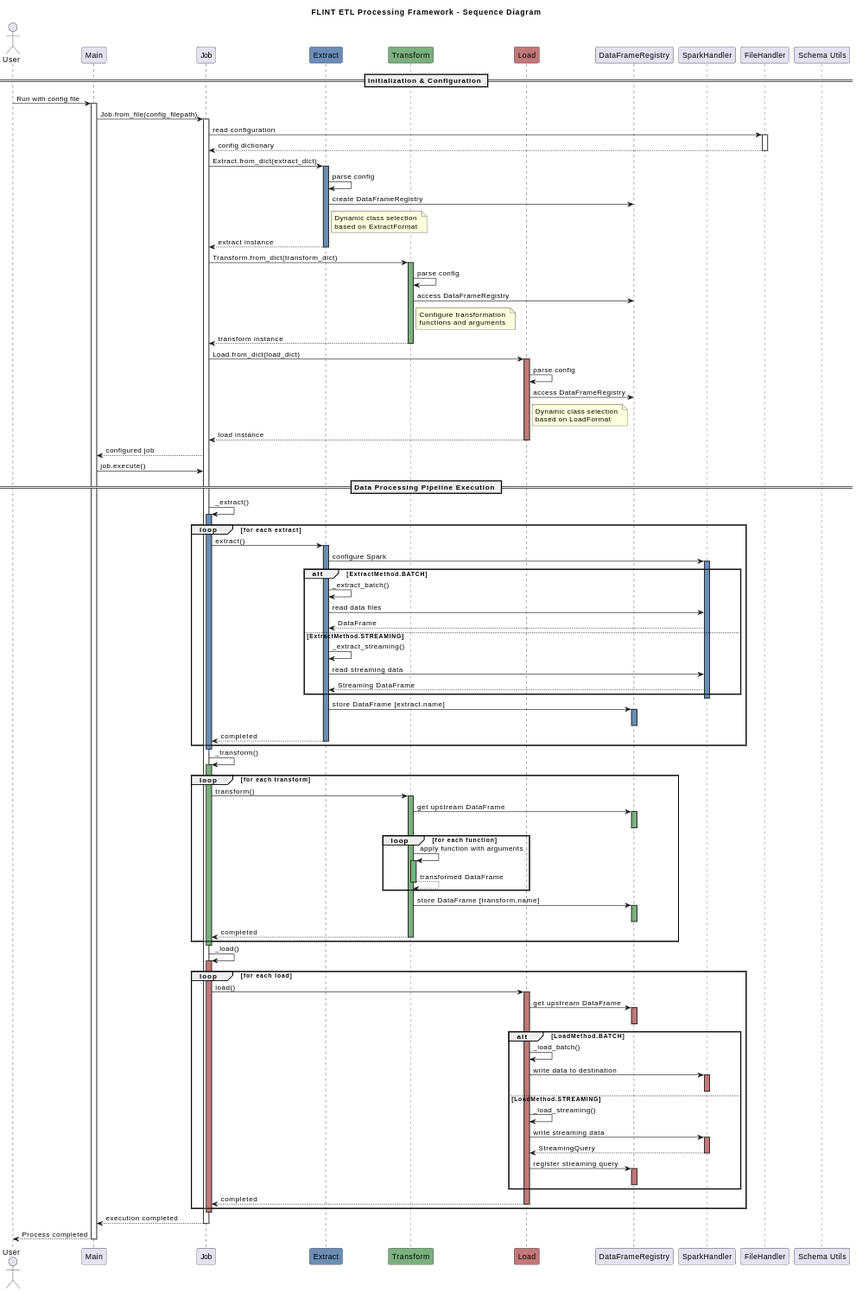
Before: docs/sequence_diagram.png, a diagram exported from PlantUML (KrijnvanderBurg/config-driven-ETL-framework). Its source is kept beside it as docs/sequence_diagram.plantuml. Source of this version:
```plantuml
@startuml sequence_diagram
title FLINT ETL Processing Framework - Sequence Diagram

!define EXTRACT_COLOR #6B8EB5
!define TRANSFORM_COLOR #7BB07E
!define LOAD_COLOR #C17878


actor User
participant "Main" as Main
participant "Job" as Job
participant "Extract" as Extract EXTRACT_COLOR
participant "Transform" as Transform TRANSFORM_COLOR
participant "Load" as Load LOAD_COLOR
participant "DataFrameRegistry" as Registry
participant "SparkHandler" as Spark
participant "FileHandler" as FileHandler
participant "Schema Utils" as SchemaUtils

== Initialization & Configuration ==
User -> Main: Run with config file
activate Main
Main -> Job: Job.from_file(config_filepath)
activate Job

Job -> FileHandler: read configuration
activate FileHandler
FileHandler --> Job: config dictionary
deactivate FileHandler

Job -> Extract: Extract.from_dict(extract_dict)
activate Extract EXTRACT_COLOR
Extract -> Extract: parse config
Extract -> Registry: create DataFrameRegistry
Note right of Extract: Dynamic class selection \nbased on ExtractFormat
Extract --> Job: extract instance
deactivate Extract

Job -> Transform: Transform.from_dict(transform_dict)
activate Transform TRANSFORM_COLOR
Transform -> Transform: parse config
Transform -> Registry: access DataFrameRegistry
Note right of Transform: Configure transformation \nfunctions and arguments
Transform --> Job: transform instance
deactivate Transform

Job -> Load: Load.from_dict(load_dict)
activate Load LOAD_COLOR
Load -> Load: parse config
Load -> Registry: access DataFrameRegistry
Note right of Load: Dynamic class selection \nbased on LoadFormat
Load --> Job: load instance
deactivate Load

Job --> Main: configured job
Main -> Job: job.execute()

== Data Processing Pipeline Execution ==
Job -> Job: _extract()
activate Job EXTRACT_COLOR

loop for each extract
    Job -> Extract: extract()
    activate Extract EXTRACT_COLOR
    Extract -> Spark: configure Spark
    activate Spark EXTRACT_COLOR

    alt ExtractMethod.BATCH
        Extract -> Extract: _extract_batch()
        Extract -> Spark: read data files
        Spark --> Extract: DataFrame
    else ExtractMethod.STREAMING
        Extract -> Extract: _extract_streaming()
        Extract -> Spark: read streaming data
        Spark --> Extract: Streaming DataFrame
    end

    deactivate Spark
    Extract -> Registry: store DataFrame [extract.name]
    activate Registry EXTRACT_COLOR
    deactivate Registry
    Extract --> Job: completed
    deactivate Extract
end
deactivate Job

Job -> Job: _transform()
activate Job TRANSFORM_COLOR

loop for each transform
    Job -> Transform: transform()
    activate Transform TRANSFORM_COLOR
    Transform -> Registry: get upstream DataFrame
    activate Registry TRANSFORM_COLOR
    deactivate Registry

    loop for each function
        Transform -> Transform: apply function with arguments
        activate Transform TRANSFORM_COLOR
        Transform --> Transform: transformed DataFrame
        deactivate Transform
    end

    Transform -> Registry: store DataFrame [transform.name]
    activate Registry TRANSFORM_COLOR
    deactivate Registry
    Transform --> Job: completed
    deactivate Transform
end
deactivate Job

Job -> Job: _load()
activate Job LOAD_COLOR

loop for each load
    Job -> Load: load()
    activate Load LOAD_COLOR
    Load -> Registry: get upstream DataFrame
    activate Registry LOAD_COLOR
    deactivate Registry

    alt LoadMethod.BATCH
        Load -> Load: _load_batch()
        Load -> Spark: write data to destination
        activate Spark LOAD_COLOR
        deactivate Spark
    else LoadMethod.STREAMING
        Load -> Load: _load_streaming()
        Load -> Spark: write streaming data
        activate Spark LOAD_COLOR
        Spark --> Load: StreamingQuery
        deactivate Spark
        Load -> Registry: register streaming query
        activate Registry LOAD_COLOR
        deactivate Registry
    end

    Load --> Job: completed
    deactivate Load
end

deactivate Job
Job --> Main: execution completed
deactivate Job

Main --> User: Process completed
deactivate Main

@enduml
```
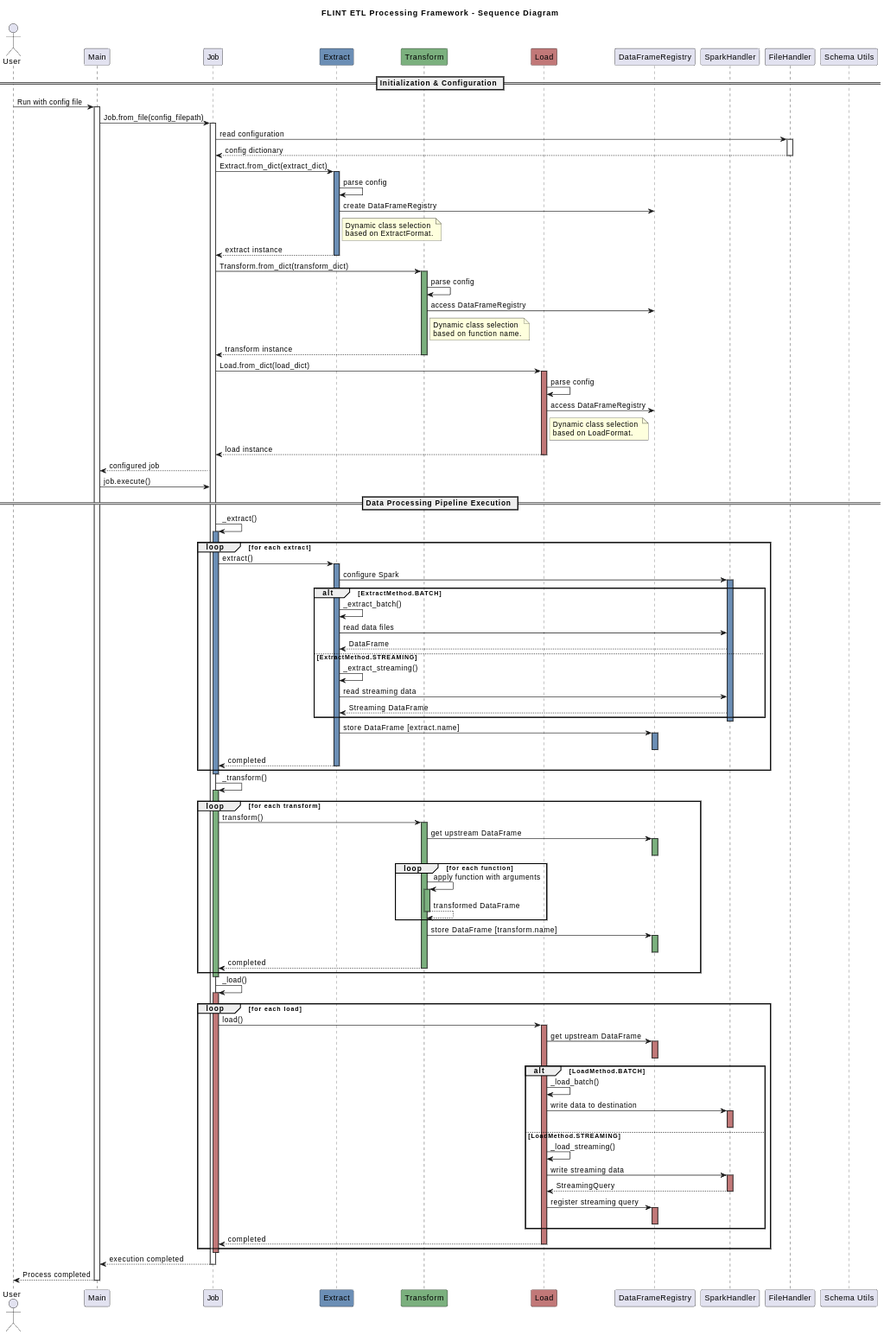
Above is the later version.

Change to the diagram source:
```diff
@@ -32,7 +32,7 @@
 activate Extract EXTRACT_COLOR
 Extract -> Extract: parse config
 Extract -> Registry: create DataFrameRegistry
-Note right of Extract: Dynamic class selection \nbased on ExtractFormat
+Note right of Extract: Dynamic class selection \nbased on ExtractFormat.
 Extract --> Job: extract instance
 deactivate Extract
 
@@ -40,7 +40,7 @@
 activate Transform TRANSFORM_COLOR
 Transform -> Transform: parse config
 Transform -> Registry: access DataFrameRegistry
-Note right of Transform: Configure transformation \nfunctions and arguments
+Note right of Transform: Dynamic class selection \nbased on function name.
 Transform --> Job: transform instance
 deactivate Transform
 
@@ -48,7 +48,7 @@
 activate Load LOAD_COLOR
 Load -> Load: parse config
 Load -> Registry: access DataFrameRegistry
-Note right of Load: Dynamic class selection \nbased on LoadFormat
+Note right of Load: Dynamic class selection \nbased on LoadFormat.
 Load --> Job: load instance
 deactivate Load
 
```
